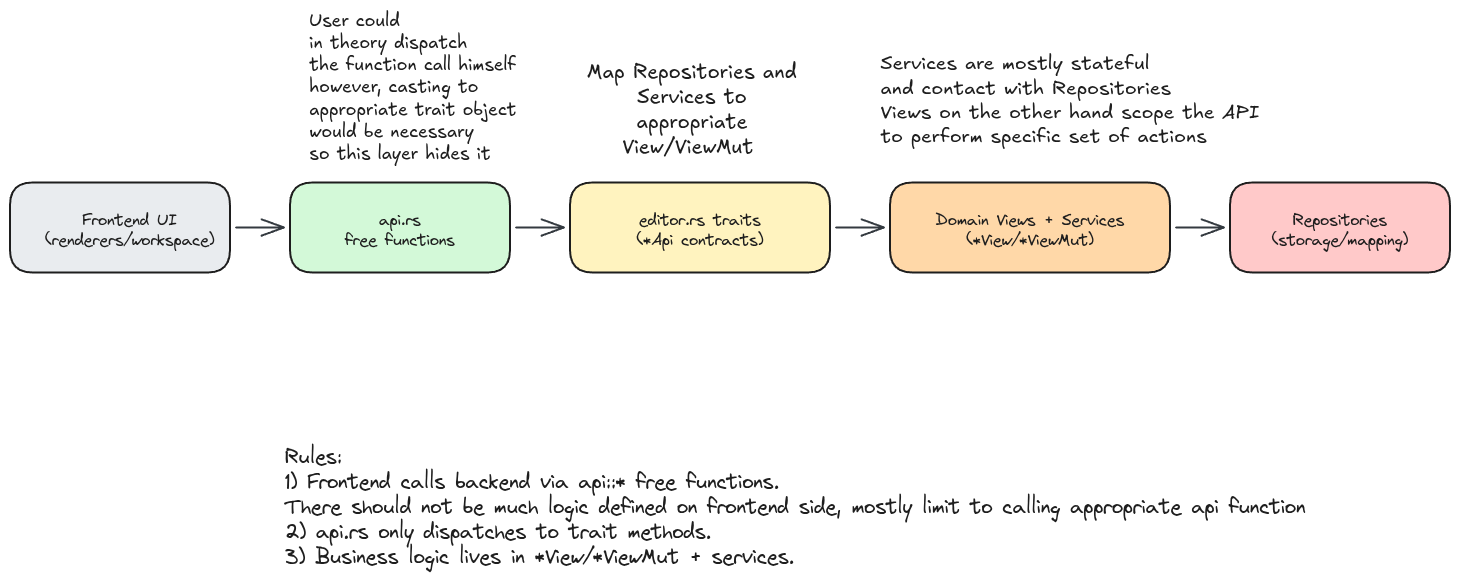
Earlier version of the Excalidraw export beetry-editor-backend/docs/layers.excalidraw.png (skullim/beetry). Source tidied: one line per element, renumbered; positions are measured from the earlier drawing's top-left corner, leaving out a move shared by most shapes.
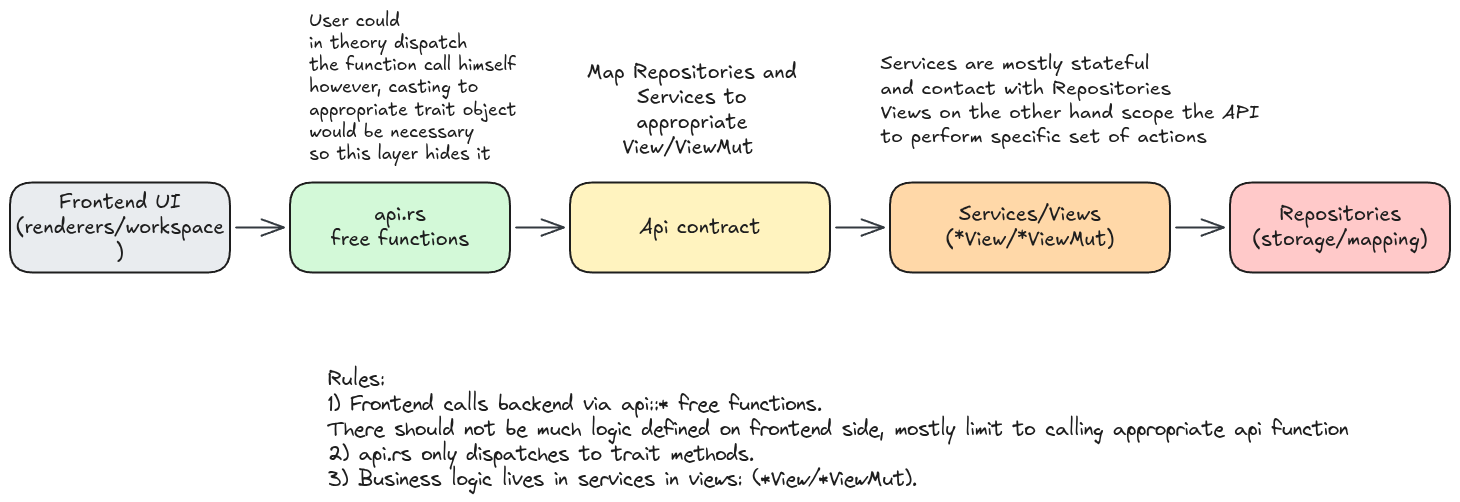
The same diagram one commit later.

Change to the diagram source:
```diff
@@ -1,18 +1,18 @@
 {"id": 0, "type": "rectangle", "strokeColor": "#1e1e1e", "backgroundColor": "#e9ecef", "fillStyle": "solid", "strokeWidth": 2, "roughness": 0, "round": true, "x": 0, "y": 172, "width": 220, "height": 90}
-{"id": 1, "type": "text", "text": "Frontend UI\n(renderers/workspace)", "strokeColor": "#1e1e1e", "strokeWidth": 1, "roughness": 0, "fontSize": 16, "fontFamily": 1, "textAlign": "center", "verticalAlign": "middle", "x": 35, "y": 200, "width": 170, "height": 40}
+{"id": 19, "type": "text", "text": "Frontend UI\n(renderers/workspace\n)", "strokeColor": "#1e1e1e", "strokeWidth": 2, "roughness": 1, "fontSize": 20, "fontFamily": 5, "textAlign": "center", "verticalAlign": "middle", "inside": 0, "x": 6, "y": 180, "width": 208, "height": 75}
 {"id": 2, "type": "rectangle", "strokeColor": "#1e1e1e", "backgroundColor": "#d3f9d8", "fillStyle": "solid", "strokeWidth": 2, "roughness": 0, "round": true, "x": 280, "y": 172, "width": 220, "height": 90}
-{"id": 3, "type": "text", "text": "api.rs\nfree functions", "strokeColor": "#1e1e1e", "strokeWidth": 1, "roughness": 0, "fontSize": 16, "fontFamily": 1, "textAlign": "center", "verticalAlign": "middle", "x": 322, "y": 200, "width": 136, "height": 34}
+{"id": 3, "type": "text", "text": "api.rs\nfree functions", "strokeColor": "#1e1e1e", "strokeWidth": 2, "roughness": 1, "fontSize": 20, "fontFamily": 5, "textAlign": "center", "verticalAlign": "middle", "inside": 2, "x": 321, "y": 192, "width": 138, "height": 50}
 {"id": 4, "type": "rectangle", "strokeColor": "#1e1e1e", "backgroundColor": "#fff3bf", "fillStyle": "solid", "strokeWidth": 2, "roughness": 0, "round": true, "x": 560, "y": 172, "width": 260, "height": 90}
-{"id": 5, "type": "text", "text": "editor.rs traits\n(*Api contracts)", "strokeColor": "#1e1e1e", "strokeWidth": 1, "roughness": 0, "fontSize": 16, "fontFamily": 1, "textAlign": "center", "verticalAlign": "middle", "x": 604, "y": 200, "width": 172, "height": 34}
+{"id": 20, "type": "text", "text": "Api contract", "strokeColor": "#1e1e1e", "strokeWidth": 2, "roughness": 1, "fontSize": 20, "fontFamily": 5, "textAlign": "center", "verticalAlign": "middle", "inside": 4, "x": 630, "y": 205, "width": 121, "height": 25}
 {"id": 6, "type": "rectangle", "strokeColor": "#1e1e1e", "backgroundColor": "#ffd8a8", "fillStyle": "solid", "strokeWidth": 2, "roughness": 0, "round": true, "x": 880, "y": 172, "width": 280, "height": 90}
-{"id": 7, "type": "text", "text": "Domain Views + Services\n(*View/*ViewMut)", "strokeColor": "#1e1e1e", "strokeWidth": 1, "roughness": 0, "fontSize": 16, "fontFamily": 1, "textAlign": "center", "verticalAlign": "middle", "x": 922, "y": 200, "width": 196, "height": 34}
+{"id": 21, "type": "text", "text": "Services/Views\n(*View/*ViewMut)", "strokeColor": "#1e1e1e", "strokeWidth": 2, "roughness": 1, "fontSize": 20, "fontFamily": 5, "textAlign": "center", "verticalAlign": "middle", "inside": 6, "x": 935, "y": 192, "width": 169, "height": 50}
 {"id": 8, "type": "rectangle", "strokeColor": "#1e1e1e", "backgroundColor": "#ffc9c9", "fillStyle": "solid", "strokeWidth": 2, "roughness": 0, "round": true, "x": 1220, "y": 172, "width": 220, "height": 90}
-{"id": 9, "type": "text", "text": "Repositories\n(storage/mapping)", "strokeColor": "#1e1e1e", "strokeWidth": 1, "roughness": 0, "fontSize": 16, "fontFamily": 1, "textAlign": "center", "verticalAlign": "middle", "x": 1266, "y": 200, "width": 128, "height": 34}
+{"id": 9, "type": "text", "text": "Repositories\n(storage/mapping)", "strokeColor": "#1e1e1e", "strokeWidth": 2, "roughness": 1, "fontSize": 20, "fontFamily": 5, "textAlign": "center", "verticalAlign": "middle", "inside": 8, "x": 1242, "y": 192, "width": 176, "height": 50}
 {"id": 10, "type": "arrow", "strokeColor": "#343a40", "strokeWidth": 2, "roughness": 0, "endArrowhead": "arrow", "x": 226, "y": 217, "width": 48, "height": 0, "points": [[0, 0], [48, 0]]}
 {"id": 11, "type": "arrow", "strokeColor": "#343a40", "strokeWidth": 2, "roughness": 0, "endArrowhead": "arrow", "x": 506, "y": 217, "width": 48, "height": 0, "points": [[0, 0], [48, 0]]}
 {"id": 12, "type": "arrow", "strokeColor": "#343a40", "strokeWidth": 2, "roughness": 0, "endArrowhead": "arrow", "x": 826, "y": 217, "width": 48, "height": 0, "points": [[0, 0], [48, 0]]}
 {"id": 13, "type": "arrow", "strokeColor": "#343a40", "strokeWidth": 2, "roughness": 0, "endArrowhead": "arrow", "x": 1166, "y": 217, "width": 48, "height": 0, "points": [[0, 0], [48, 0]]}
-{"id": 14, "type": "text", "text": "Rules:\n1) Frontend calls backend via api::* free functions.\nThere should not be much logic defined on frontend side, mostly limit to calling appropriate api function\n2) api.rs only dispatches to trait methods.\n3) Business logic lives in *View/*ViewMut + services.", "strokeColor": "#1e1e1e", "strokeWidth": 1, "roughness": 0, "fontSize": 20, "fontFamily": 1, "x": 275, "y": 435, "width": 1021, "height": 125}
+{"id": 14, "type": "text", "text": "Rules:\n1) Frontend calls backend via api::* free functions.\nThere should not be much logic defined on frontend side, mostly limit to calling appropriate api function\n2) api.rs only dispatches to trait methods.\n3) Business logic lives in services in views: (*View/*ViewMut).", "strokeColor": "#1e1e1e", "strokeWidth": 1, "roughness": 0, "fontSize": 20, "fontFamily": 1, "x": 318, "y": 357, "width": 1021, "height": 125}
 {"id": 15, "type": "arrow", "strokeColor": "#1e1e1e", "strokeWidth": 2, "roughness": 1, "endArrowhead": "arrow", "round": true, "x": 680, "y": 54, "width": 3, "height": 92, "points": [[0, 0], [3, 92]]}
 {"id": 16, "type": "text", "text": "Map Repositories and\nServices to\nappropriate\nView/ViewMut ", "strokeColor": "#1e1e1e", "strokeWidth": 2, "roughness": 1, "fontSize": 20, "fontFamily": 5, "textAlign": "center", "verticalAlign": "middle", "inside": 15, "x": 550, "y": 51, "width": 210, "height": 100}
 {"id": 17, "type": "text", "text": "Services are mostly stateful\nand contact with Repositories\nViews on the other hand scope the API \nto perform specific set of actions\n", "strokeColor": "#1e1e1e", "strokeWidth": 2, "roughness": 1, "fontSize": 19.52, "fontFamily": 5, "x": 870, "y": 42, "width": 387, "height": 122}
```
